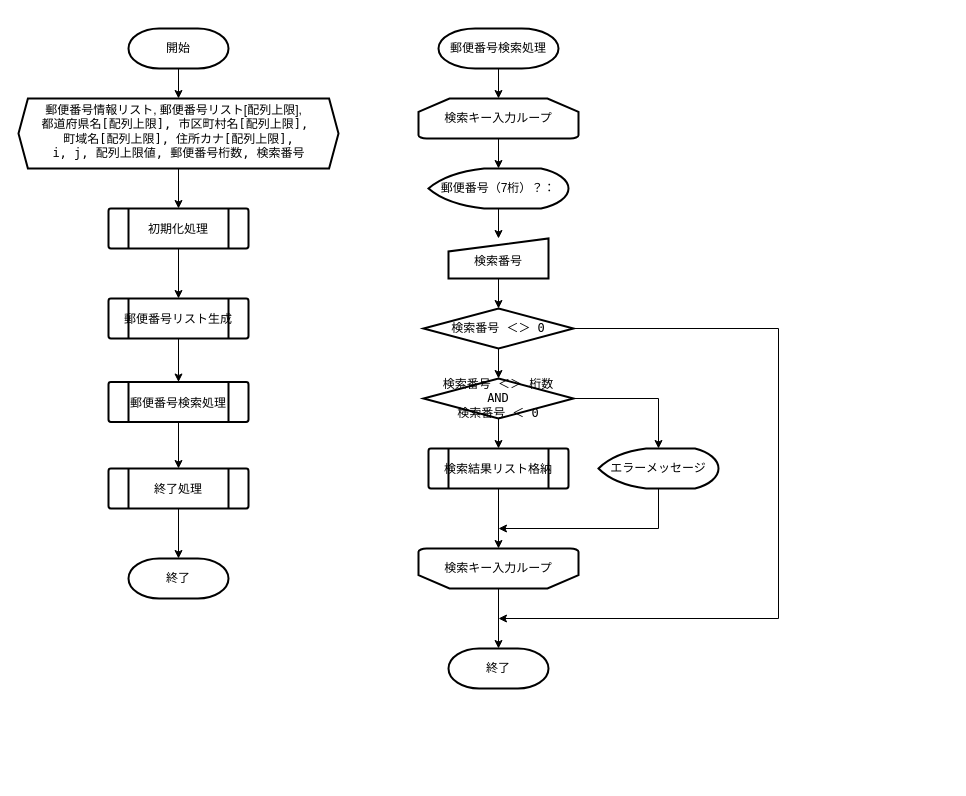
Earlier version of the draw.io diagram page "42_findZIPcode_1：初期化処理" (1 of 4) of docs/42_findZIPcode.drawio (villageworks-tutor/logic_rallies). Source tidied: cells renumbered, new cells numbered last; positions are measured from the earlier drawing's top-left corner, leaving out a move shared by most shapes. Both pictures are drawn from the tidied source at 100%, with x=0, y=0 at pixel (18, 28).
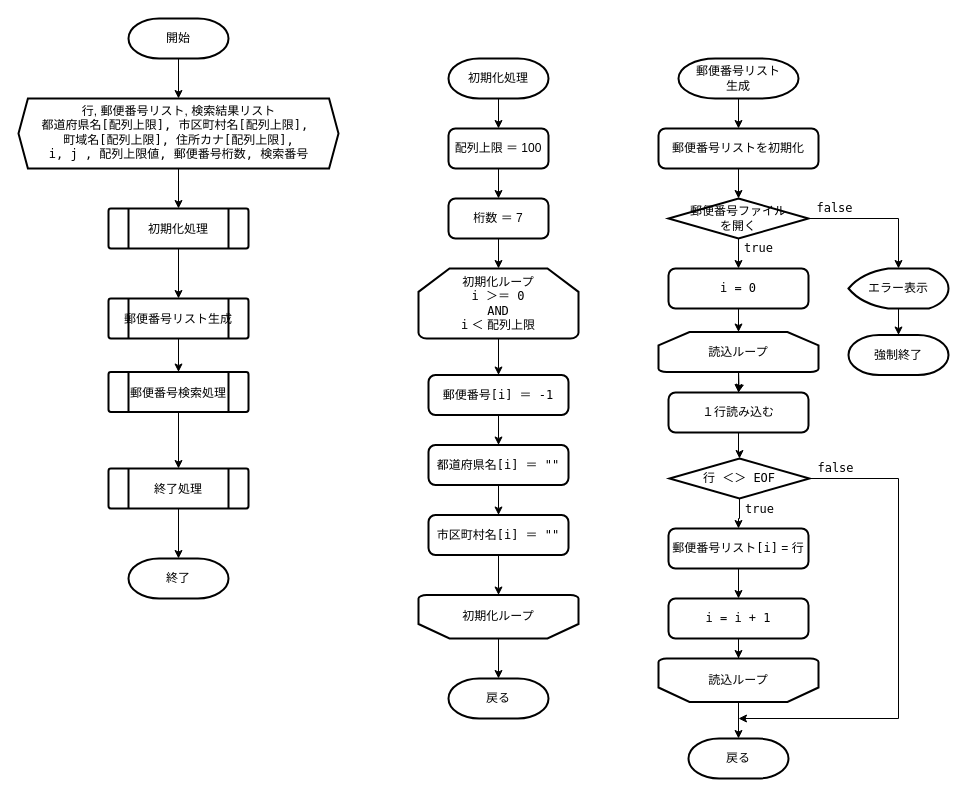
Above is the later version.

Commit message:
ver.0.42: 課題-42 郵便番号検索のフローチャート

What changed in the source:
```diff
@@
     <mxCell id="3" value="開始" style="strokeWidth=2;html=1;shape=mxgraph.flowchart.terminator;whiteSpace=wrap;" parent="1" vertex="1">
-      <mxGeometry x="110" width="100" height="40" as="geometry" />
+      <mxGeometry x="110" y="-10" width="100" height="40" as="geometry" />
     </mxCell>
@@
-    <mxCell id="5" value="郵便番号情報リスト, 郵便番号リスト[配列上限],&amp;nbsp; &amp;nbsp;&lt;br&gt;都道府県名&lt;font face=&quot;Lucida Console&quot;&gt;[配列上限], 市区町村名[配列上限],&amp;nbsp;&lt;br&gt;&lt;/font&gt;町域名&lt;font face=&quot;Lucida Console&quot;&gt;[配列上限],&amp;nbsp;住所カナ[配列上限], &lt;br&gt;i, j, 配列上限値, 郵便番号桁数, 検索番号&lt;br&gt;&lt;br&gt;&lt;br&gt;&lt;/font&gt;" style="verticalLabelPosition=bottom;verticalAlign=top;html=1;shape=hexagon;perimeter=hexagonPerimeter2;arcSize=6;size=0.029411764705882353;spacingTop=-72;strokeWidth=2;" parent="1" vertex="1">
+    <mxCell id="5" value="行, 郵便番号リスト, 検索結果リスト&lt;br&gt;都道府県名&lt;font face=&quot;Lucida Console&quot;&gt;[配列上限], 市区町村名[配列上限],&amp;nbsp;&lt;br&gt;&lt;/font&gt;町域名&lt;font face=&quot;Lucida Console&quot;&gt;[配列上限],&amp;nbsp;住所カナ[配列上限], &lt;br&gt;i, j , 配列上限値, 郵便番号桁数, 検索番号&lt;br&gt;&lt;br&gt;&lt;br&gt;&lt;/font&gt;" style="verticalLabelPosition=bottom;verticalAlign=top;html=1;shape=hexagon;perimeter=hexagonPerimeter2;arcSize=6;size=0.029411764705882353;spacingTop=-71;strokeWidth=2;" parent="1" vertex="1">
       <mxGeometry y="70" width="320" height="70" as="geometry" />
     </mxCell>
@@
     <mxCell id="14" value="郵便番号検索処理" style="verticalLabelPosition=bottom;verticalAlign=top;html=1;shape=process;whiteSpace=wrap;rounded=1;size=0.14;arcSize=6;spacingTop=-33;strokeWidth=2;" parent="1" vertex="1">
-      <mxGeometry x="90" y="353.5" width="140" height="40" as="geometry" />
+      <mxGeometry x="90" y="343.5" width="140" height="40" as="geometry" />
     </mxCell>
-    <mxCell id="15" style="edgeStyle=orthogonalEdgeStyle;rounded=0;jettySize=auto;html=1;entryX=0.5;entryY=0;entryDx=0;entryDy=0;entryPerimeter=0;" parent="1" edge="1" source="16" target="18">
-      <mxGeometry relative="1" as="geometry" />
-    </mxCell>
-    <mxCell id="16" value="郵便番号検索処理" style="strokeWidth=2;html=1;shape=mxgraph.flowchart.terminator;whiteSpace=wrap;" parent="1" vertex="1">
-      <mxGeometry x="420" width="120" height="40" as="geometry" />
-    </mxCell>
-    <mxCell id="17" style="edgeStyle=orthogonalEdgeStyle;rounded=0;jettySize=auto;html=1;entryX=0.5;entryY=0;entryDx=0;entryDy=0;entryPerimeter=0;fontFamily=Lucida Console;" parent="1" edge="1" source="18" target="22">
-      <mxGeometry relative="1" as="geometry" />
-    </mxCell>
-    <mxCell id="18" value="&lt;span style=&quot;background-color: initial;&quot;&gt;検索キー入力ループ&lt;br&gt;&lt;/span&gt;" style="strokeWidth=2;html=1;shape=mxgraph.flowchart.loop_limit;whiteSpace=wrap;" parent="1" vertex="1">
-      <mxGeometry x="400" y="70" width="160" height="40" as="geometry" />
-    </mxCell>
-    <mxCell id="19" style="edgeStyle=orthogonalEdgeStyle;rounded=0;jettySize=auto;html=1;entryX=0.5;entryY=0;entryDx=0;entryDy=0;entryPerimeter=0;fontFamily=Lucida Console;" parent="1" edge="1" source="20" target="28">
-      <mxGeometry relative="1" as="geometry" />
-    </mxCell>
-    <mxCell id="20" value="&lt;span style=&quot;background-color: initial;&quot;&gt;検索キー入力ループ&lt;br&gt;&lt;/span&gt;" style="strokeWidth=2;html=1;shape=mxgraph.flowchart.loop_limit;whiteSpace=wrap;flipV=1;" parent="1" vertex="1">
-      <mxGeometry x="400" y="520" width="160" height="40" as="geometry" />
-    </mxCell>
-    <mxCell id="21" style="edgeStyle=orthogonalEdgeStyle;rounded=0;jettySize=auto;html=1;entryX=0.5;entryY=0;entryDx=0;entryDy=0;fontFamily=Lucida Console;" parent="1" edge="1" source="22" target="24">
-      <mxGeometry relative="1" as="geometry" />
-    </mxCell>
-    <mxCell id="22" value="郵便番号（7桁）？：" style="strokeWidth=2;html=1;shape=mxgraph.flowchart.display;whiteSpace=wrap;" parent="1" vertex="1">
-      <mxGeometry x="410" y="140" width="140" height="40" as="geometry" />
-    </mxCell>
-    <mxCell id="23" style="edgeStyle=orthogonalEdgeStyle;rounded=0;jettySize=auto;html=1;fontFamily=Lucida Console;" parent="1" edge="1" source="24" target="27">
-      <mxGeometry relative="1" as="geometry" />
-    </mxCell>
-    <mxCell id="24" value="検索番号" style="html=1;strokeWidth=2;shape=manualInput;whiteSpace=wrap;rounded=1;size=13;arcSize=0;spacingTop=6;" parent="1" vertex="1">
-      <mxGeometry x="430" y="210" width="100" height="40" as="geometry" />
-    </mxCell>
-    <mxCell id="25" style="edgeStyle=orthogonalEdgeStyle;rounded=0;jettySize=auto;html=1;fontFamily=Lucida Console;exitX=1;exitY=0.5;exitDx=0;exitDy=0;exitPerimeter=0;" parent="1" edge="1" source="27">
-      <mxGeometry relative="1" as="geometry">
-        <mxPoint x="480" y="590" as="targetPoint" />
-        <Array as="points">
-          <mxPoint x="760" y="300" />
-          <mxPoint x="760" y="590" />
-        </Array>
-      </mxGeometry>
-    </mxCell>
-    <mxCell id="26" style="edgeStyle=orthogonalEdgeStyle;rounded=0;jettySize=auto;html=1;entryX=0.5;entryY=0;entryDx=0;entryDy=0;entryPerimeter=0;" parent="1" edge="1" source="27" target="31">
-      <mxGeometry relative="1" as="geometry" />
-    </mxCell>
-    <mxCell id="27" value="検索番号 ＜＞ 0" style="strokeWidth=2;html=1;shape=mxgraph.flowchart.decision;whiteSpace=wrap;fontFamily=Lucida Console;" parent="1" vertex="1">
-      <mxGeometry x="405" y="280" width="150" height="40" as="geometry" />
-    </mxCell>
-    <mxCell id="28" value="終了" style="strokeWidth=2;html=1;shape=mxgraph.flowchart.terminator;whiteSpace=wrap;" parent="1" vertex="1">
-      <mxGeometry x="430" y="620" width="100" height="40" as="geometry" />
-    </mxCell>
-    <mxCell id="29" style="edgeStyle=orthogonalEdgeStyle;rounded=0;jettySize=auto;html=1;entryX=0.5;entryY=0;entryDx=0;entryDy=0;entryPerimeter=0;" parent="1" edge="1" source="31" target="33">
-      <mxGeometry relative="1" as="geometry" />
-    </mxCell>
-    <mxCell id="30" style="edgeStyle=orthogonalEdgeStyle;rounded=0;jettySize=auto;html=1;entryX=0.5;entryY=0;entryDx=0;entryDy=0;" parent="1" edge="1" source="31" target="35">
-      <mxGeometry relative="1" as="geometry" />
-    </mxCell>
-    <mxCell id="31" value="検索番号 ＜＞ 桁数&lt;br&gt;AND&lt;br&gt;検索番号 ＜ 0" style="strokeWidth=2;html=1;shape=mxgraph.flowchart.decision;whiteSpace=wrap;fontFamily=Lucida Console;" parent="1" vertex="1">
-      <mxGeometry x="405" y="350" width="150" height="40" as="geometry" />
-    </mxCell>
-    <mxCell id="32" style="edgeStyle=orthogonalEdgeStyle;rounded=0;jettySize=auto;html=1;exitX=0.5;exitY=1;exitDx=0;exitDy=0;exitPerimeter=0;" parent="1" edge="1" source="33">
-      <mxGeometry relative="1" as="geometry">
-        <mxPoint x="480" y="500" as="targetPoint" />
-        <Array as="points">
-          <mxPoint x="640" y="500" />
-          <mxPoint x="480" y="500" />
-        </Array>
-      </mxGeometry>
-    </mxCell>
-    <mxCell id="33" value="エラーメッセージ" style="strokeWidth=2;html=1;shape=mxgraph.flowchart.display;whiteSpace=wrap;" parent="1" vertex="1">
-      <mxGeometry x="580" y="420" width="120" height="40" as="geometry" />
-    </mxCell>
-    <mxCell id="34" style="edgeStyle=orthogonalEdgeStyle;rounded=0;jettySize=auto;html=1;entryX=0.5;entryY=1;entryDx=0;entryDy=0;entryPerimeter=0;" parent="1" edge="1" source="35" target="20">
-      <mxGeometry relative="1" as="geometry" />
-    </mxCell>
-    <mxCell id="35" value="検索結果リスト格納" style="verticalLabelPosition=bottom;verticalAlign=top;html=1;shape=process;whiteSpace=wrap;rounded=1;size=0.14;arcSize=6;spacingTop=-33;strokeWidth=2;" parent="1" vertex="1">
-      <mxGeometry x="410" y="420" width="140" height="40" as="geometry" />
-    </mxCell>
+    <mxCell id="36" style="edgeStyle=orthogonalEdgeStyle;rounded=0;jettySize=auto;html=1;" parent="1" edge="1" source="37" target="39">
+      <mxGeometry relative="1" as="geometry" />
+    </mxCell>
+    <mxCell id="37" value="初期化処理" style="strokeWidth=2;html=1;shape=mxgraph.flowchart.terminator;whiteSpace=wrap;" parent="1" vertex="1">
+      <mxGeometry x="430" y="30" width="100" height="40" as="geometry" />
+    </mxCell>
+    <mxCell id="38" style="edgeStyle=orthogonalEdgeStyle;rounded=0;jettySize=auto;html=1;" parent="1" edge="1" source="39" target="41">
+      <mxGeometry relative="1" as="geometry" />
+    </mxCell>
+    <mxCell id="39" value="配列上限 ＝ 100" style="rounded=1;whiteSpace=wrap;html=1;absoluteArcSize=1;arcSize=14;strokeWidth=2;" parent="1" vertex="1">
+      <mxGeometry x="430" y="100" width="100" height="40" as="geometry" />
+    </mxCell>
+    <mxCell id="40" style="edgeStyle=orthogonalEdgeStyle;rounded=0;jettySize=auto;html=1;fontFamily=Lucida Console;" parent="1" edge="1" source="41" target="43">
+      <mxGeometry relative="1" as="geometry" />
+    </mxCell>
+    <mxCell id="41" value="桁数 ＝ 7" style="rounded=1;whiteSpace=wrap;html=1;absoluteArcSize=1;arcSize=14;strokeWidth=2;" parent="1" vertex="1">
+      <mxGeometry x="430" y="170" width="100" height="40" as="geometry" />
+    </mxCell>
+    <mxCell id="42" style="edgeStyle=orthogonalEdgeStyle;rounded=0;jettySize=auto;html=1;entryX=0.5;entryY=0;entryDx=0;entryDy=0;fontFamily=Lucida Console;" parent="1" edge="1" source="43" target="47">
+      <mxGeometry relative="1" as="geometry" />
+    </mxCell>
+    <mxCell id="43" value="&lt;span style=&quot;background-color: initial;&quot;&gt;初期化ループ&lt;br&gt;&lt;font face=&quot;Lucida Console&quot;&gt;i ＞＝ 0 &lt;br&gt;AND &lt;br&gt;i&lt;/font&gt; ＜ 配列上限&lt;br&gt;&lt;/span&gt;" style="strokeWidth=2;html=1;shape=mxgraph.flowchart.loop_limit;whiteSpace=wrap;" parent="1" vertex="1">
+      <mxGeometry x="400" y="240" width="160" height="70" as="geometry" />
+    </mxCell>
+    <mxCell id="44" style="edgeStyle=orthogonalEdgeStyle;rounded=0;jettySize=auto;html=1;fontFamily=Lucida Console;" parent="1" edge="1" source="45" target="52">
+      <mxGeometry relative="1" as="geometry" />
+    </mxCell>
+    <mxCell id="45" value="&lt;span style=&quot;background-color: initial;&quot;&gt;初期化ループ&lt;br&gt;&lt;/span&gt;" style="strokeWidth=2;html=1;shape=mxgraph.flowchart.loop_limit;whiteSpace=wrap;flipV=1;" parent="1" vertex="1">
+      <mxGeometry x="400" y="566.5" width="160" height="43.5" as="geometry" />
+    </mxCell>
+    <mxCell id="46" style="edgeStyle=orthogonalEdgeStyle;rounded=0;jettySize=auto;html=1;entryX=0.5;entryY=0;entryDx=0;entryDy=0;fontFamily=Lucida Console;" parent="1" edge="1" source="47" target="49">
+      <mxGeometry relative="1" as="geometry" />
+    </mxCell>
+    <mxCell id="47" value="&lt;font face=&quot;Lucida Console&quot;&gt;郵便番号[i] ＝ -1&lt;/font&gt;" style="rounded=1;whiteSpace=wrap;html=1;absoluteArcSize=1;arcSize=14;strokeWidth=2;" parent="1" vertex="1">
+      <mxGeometry x="410" y="346.5" width="140" height="40" as="geometry" />
+    </mxCell>
+    <mxCell id="48" style="edgeStyle=orthogonalEdgeStyle;rounded=0;jettySize=auto;html=1;fontFamily=Lucida Console;" parent="1" edge="1" source="49" target="51">
+      <mxGeometry relative="1" as="geometry" />
+    </mxCell>
+    <mxCell id="49" value="&lt;font face=&quot;Lucida Console&quot;&gt;都道府県名[i] ＝ &quot;&quot;&lt;/font&gt;" style="rounded=1;whiteSpace=wrap;html=1;absoluteArcSize=1;arcSize=14;strokeWidth=2;" parent="1" vertex="1">
+      <mxGeometry x="410" y="416.5" width="140" height="40" as="geometry" />
+    </mxCell>
+    <mxCell id="50" style="edgeStyle=orthogonalEdgeStyle;rounded=0;jettySize=auto;html=1;fontFamily=Lucida Console;" parent="1" edge="1" source="51" target="45">
+      <mxGeometry relative="1" as="geometry" />
+    </mxCell>
+    <mxCell id="51" value="&lt;font face=&quot;Lucida Console&quot;&gt;市区町村名[i] ＝ &quot;&quot;&lt;/font&gt;" style="rounded=1;whiteSpace=wrap;html=1;absoluteArcSize=1;arcSize=14;strokeWidth=2;" parent="1" vertex="1">
+      <mxGeometry x="410" y="486.5" width="140" height="40" as="geometry" />
+    </mxCell>
+    <mxCell id="52" value="戻る" style="strokeWidth=2;html=1;shape=mxgraph.flowchart.terminator;whiteSpace=wrap;" parent="1" vertex="1">
+      <mxGeometry x="430" y="650" width="100" height="40" as="geometry" />
+    </mxCell>
+    <mxCell id="53" style="edgeStyle=orthogonalEdgeStyle;rounded=0;jettySize=auto;html=1;fontFamily=Lucida Console;" parent="1" edge="1" source="54" target="64">
+      <mxGeometry relative="1" as="geometry" />
+    </mxCell>
+    <mxCell id="54" value="郵便番号リスト&lt;br&gt;生成" style="strokeWidth=2;html=1;shape=mxgraph.flowchart.terminator;whiteSpace=wrap;" parent="1" vertex="1">
+      <mxGeometry x="660" y="30" width="120" height="40" as="geometry" />
+    </mxCell>
+    <mxCell id="55" style="edgeStyle=orthogonalEdgeStyle;rounded=0;jettySize=auto;html=1;entryX=0.5;entryY=0;entryDx=0;entryDy=0;fontFamily=Lucida Console;" parent="1" edge="1" source="57" target="73">
+      <mxGeometry relative="1" as="geometry" />
+    </mxCell>
+    <mxCell id="56" style="edgeStyle=orthogonalEdgeStyle;rounded=0;jettySize=auto;html=1;entryX=0.5;entryY=0;entryDx=0;entryDy=0;entryPerimeter=0;fontFamily=Lucida Console;" parent="1" edge="1" source="57" target="81">
+      <mxGeometry relative="1" as="geometry" />
+    </mxCell>
+    <mxCell id="57" value="郵便番号ファイル&lt;br&gt;を開く" style="strokeWidth=2;html=1;shape=mxgraph.flowchart.decision;whiteSpace=wrap;fontFamily=Lucida Console;" parent="1" vertex="1">
+      <mxGeometry x="650" y="170" width="140" height="40" as="geometry" />
+    </mxCell>
+    <mxCell id="58" style="edgeStyle=orthogonalEdgeStyle;rounded=0;jettySize=auto;html=1;fontFamily=Lucida Console;" parent="1" edge="1" target="69">
+      <mxGeometry relative="1" as="geometry">
+        <mxPoint x="720" y="340" as="sourcePoint" />
+      </mxGeometry>
+    </mxCell>
+    <mxCell id="59" style="edgeStyle=orthogonalEdgeStyle;rounded=0;jettySize=auto;html=1;fontFamily=Lucida Console;" parent="1" edge="1" source="60" target="69">
+      <mxGeometry relative="1" as="geometry" />
+    </mxCell>
+    <mxCell id="60" value="&lt;span style=&quot;background-color: initial;&quot;&gt;読込ループ&lt;br&gt;&lt;/span&gt;" style="strokeWidth=2;html=1;shape=mxgraph.flowchart.loop_limit;whiteSpace=wrap;" parent="1" vertex="1">
+      <mxGeometry x="640" y="303.5" width="160" height="40" as="geometry" />
+    </mxCell>
+    <mxCell id="61" style="edgeStyle=orthogonalEdgeStyle;rounded=0;jettySize=auto;html=1;entryX=0.5;entryY=0;entryDx=0;entryDy=0;entryPerimeter=0;fontFamily=Lucida Console;" parent="1" edge="1" source="62" target="78">
+      <mxGeometry relative="1" as="geometry" />
+    </mxCell>
+    <mxCell id="62" value="&lt;span style=&quot;background-color: initial;&quot;&gt;読込ループ&lt;br&gt;&lt;/span&gt;" style="strokeWidth=2;html=1;shape=mxgraph.flowchart.loop_limit;whiteSpace=wrap;flipV=1;" parent="1" vertex="1">
+      <mxGeometry x="640" y="630" width="160" height="43.5" as="geometry" />
+    </mxCell>
+    <mxCell id="63" style="edgeStyle=orthogonalEdgeStyle;rounded=0;jettySize=auto;html=1;entryX=0.5;entryY=0;entryDx=0;entryDy=0;entryPerimeter=0;fontFamily=Lucida Console;" parent="1" edge="1" source="64" target="57">
+      <mxGeometry relative="1" as="geometry" />
+    </mxCell>
+    <mxCell id="64" value="郵便番号リストを初期化" style="rounded=1;whiteSpace=wrap;html=1;absoluteArcSize=1;arcSize=14;strokeWidth=2;" parent="1" vertex="1">
+      <mxGeometry x="640" y="100" width="160" height="40" as="geometry" />
+    </mxCell>
+    <mxCell id="65" style="edgeStyle=orthogonalEdgeStyle;rounded=0;jettySize=auto;html=1;fontFamily=Lucida Console;" parent="1" edge="1" source="67" target="71">
+      <mxGeometry relative="1" as="geometry" />
+    </mxCell>
+    <mxCell id="66" style="edgeStyle=orthogonalEdgeStyle;rounded=0;jettySize=auto;html=1;fontFamily=Lucida Console;exitX=1;exitY=0.5;exitDx=0;exitDy=0;exitPerimeter=0;" parent="1" edge="1" source="67">
+      <mxGeometry relative="1" as="geometry">
+        <mxPoint x="720" y="690" as="targetPoint" />
+        <Array as="points">
+          <mxPoint x="880" y="450" />
+          <mxPoint x="880" y="690" />
+        </Array>
+      </mxGeometry>
+    </mxCell>
+    <mxCell id="67" value="行 ＜＞ EOF" style="strokeWidth=2;html=1;shape=mxgraph.flowchart.decision;whiteSpace=wrap;fontFamily=Lucida Console;" parent="1" vertex="1">
+      <mxGeometry x="651" y="430" width="140" height="40" as="geometry" />
+    </mxCell>
+    <mxCell id="68" style="edgeStyle=orthogonalEdgeStyle;rounded=0;jettySize=auto;html=1;fontFamily=Lucida Console;" parent="1" edge="1" source="69" target="67">
+      <mxGeometry relative="1" as="geometry" />
+    </mxCell>
+    <mxCell id="69" value="１行読み込む" style="rounded=1;whiteSpace=wrap;html=1;absoluteArcSize=1;arcSize=14;strokeWidth=2;" parent="1" vertex="1">
+      <mxGeometry x="650" y="364" width="140" height="40" as="geometry" />
+    </mxCell>
+    <mxCell id="70" style="edgeStyle=orthogonalEdgeStyle;rounded=0;jettySize=auto;html=1;fontFamily=Lucida Console;" parent="1" edge="1" source="71" target="75">
+      <mxGeometry relative="1" as="geometry" />
+    </mxCell>
+    <mxCell id="71" value="郵便番号リスト&lt;font face=&quot;Lucida Console&quot;&gt;[i]&lt;/font&gt; = 行" style="rounded=1;whiteSpace=wrap;html=1;absoluteArcSize=1;arcSize=14;strokeWidth=2;" parent="1" vertex="1">
+      <mxGeometry x="650" y="500" width="140" height="40" as="geometry" />
+    </mxCell>
+    <mxCell id="72" style="edgeStyle=orthogonalEdgeStyle;rounded=0;jettySize=auto;html=1;fontFamily=Lucida Console;" parent="1" edge="1" source="73" target="60">
+      <mxGeometry relative="1" as="geometry" />
+    </mxCell>
+    <mxCell id="73" value="&lt;font face=&quot;Lucida Console&quot;&gt;i&amp;nbsp;= 0&lt;/font&gt;" style="rounded=1;whiteSpace=wrap;html=1;absoluteArcSize=1;arcSize=14;strokeWidth=2;" parent="1" vertex="1">
+      <mxGeometry x="650" y="240" width="140" height="40" as="geometry" />
+    </mxCell>
+    <mxCell id="74" style="edgeStyle=orthogonalEdgeStyle;rounded=0;jettySize=auto;html=1;fontFamily=Lucida Console;" parent="1" edge="1" source="75" target="62">
+      <mxGeometry relative="1" as="geometry" />
+    </mxCell>
+    <mxCell id="75" value="&lt;font face=&quot;Lucida Console&quot;&gt;i&amp;nbsp;= i + 1&lt;/font&gt;" style="rounded=1;whiteSpace=wrap;html=1;absoluteArcSize=1;arcSize=14;strokeWidth=2;" parent="1" vertex="1">
+      <mxGeometry x="650" y="570" width="140" height="40" as="geometry" />
+    </mxCell>
+    <mxCell id="76" value="true" style="text;html=1;align=center;verticalAlign=middle;strokeColor=none;fillColor=none;fontFamily=Lucida Console;" parent="1" vertex="1">
+      <mxGeometry x="720" y="210" width="40" height="20" as="geometry" />
+    </mxCell>
+    <mxCell id="77" value="false" style="text;html=1;align=center;verticalAlign=middle;strokeColor=none;fillColor=none;fontFamily=Lucida Console;" parent="1" vertex="1">
+      <mxGeometry x="791" y="170" width="50" height="20" as="geometry" />
+    </mxCell>
+    <mxCell id="78" value="戻る" style="strokeWidth=2;html=1;shape=mxgraph.flowchart.terminator;whiteSpace=wrap;" parent="1" vertex="1">
+      <mxGeometry x="670" y="710" width="100" height="40" as="geometry" />
+    </mxCell>
+    <mxCell id="79" value="強制終了" style="strokeWidth=2;html=1;shape=mxgraph.flowchart.terminator;whiteSpace=wrap;" parent="1" vertex="1">
+      <mxGeometry x="830" y="306.5" width="100" height="40" as="geometry" />
+    </mxCell>
+    <mxCell id="80" style="edgeStyle=orthogonalEdgeStyle;rounded=0;jettySize=auto;html=1;fontFamily=Lucida Console;" parent="1" edge="1" source="81" target="79">
+      <mxGeometry relative="1" as="geometry" />
+    </mxCell>
+    <mxCell id="81" value="エラー表示" style="strokeWidth=2;html=1;shape=mxgraph.flowchart.display;whiteSpace=wrap;fontFamily=Lucida Console;" parent="1" vertex="1">
+      <mxGeometry x="830" y="240" width="100" height="40" as="geometry" />
+    </mxCell>
+    <mxCell id="82" value="true" style="text;html=1;align=center;verticalAlign=middle;strokeColor=none;fillColor=none;fontFamily=Lucida Console;" parent="1" vertex="1">
+      <mxGeometry x="721" y="470.5" width="40" height="20" as="geometry" />
+    </mxCell>
+    <mxCell id="83" value="false" style="text;html=1;align=center;verticalAlign=middle;strokeColor=none;fillColor=none;fontFamily=Lucida Console;" parent="1" vertex="1">
+      <mxGeometry x="792" y="430" width="50" height="20" as="geometry" />
+    </mxCell>
```
